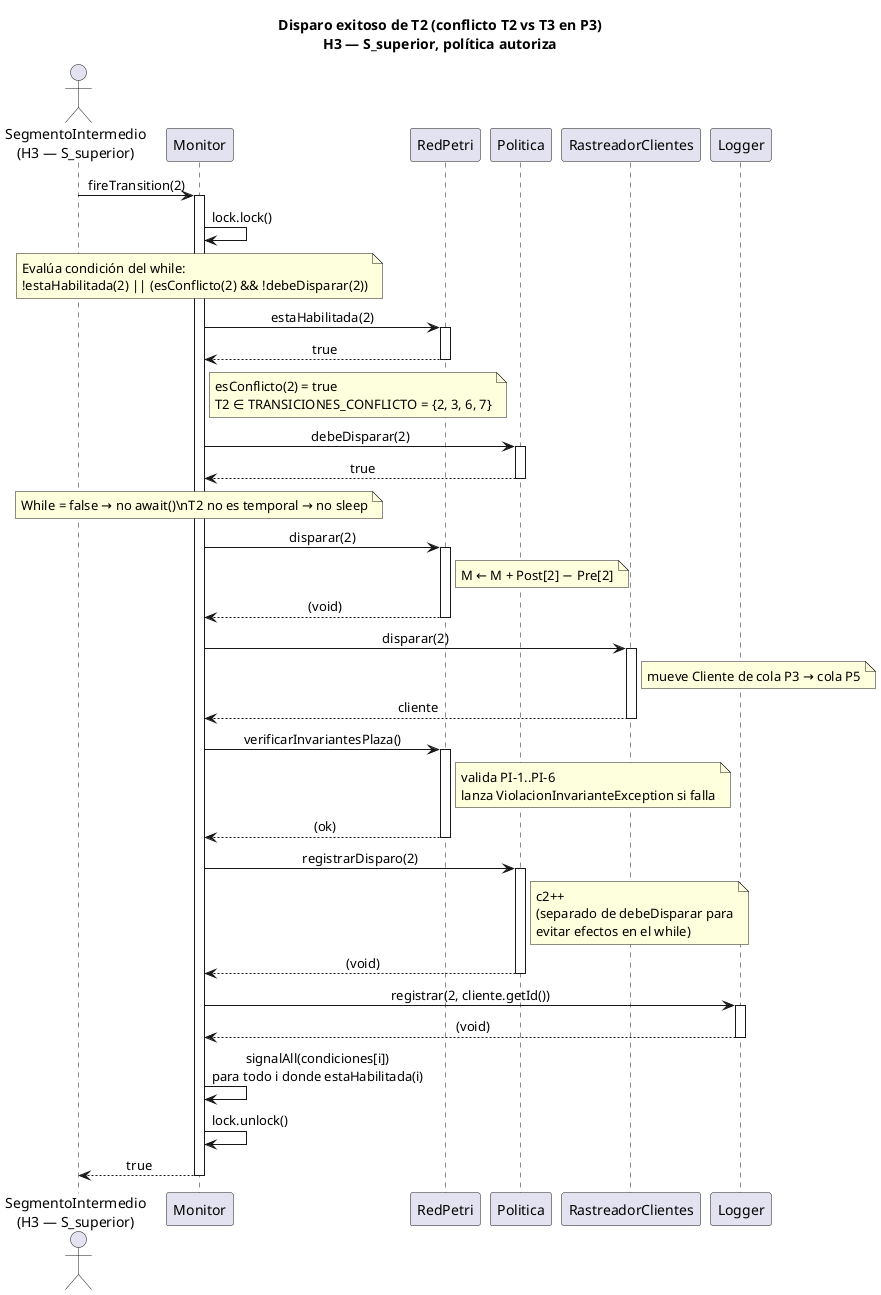
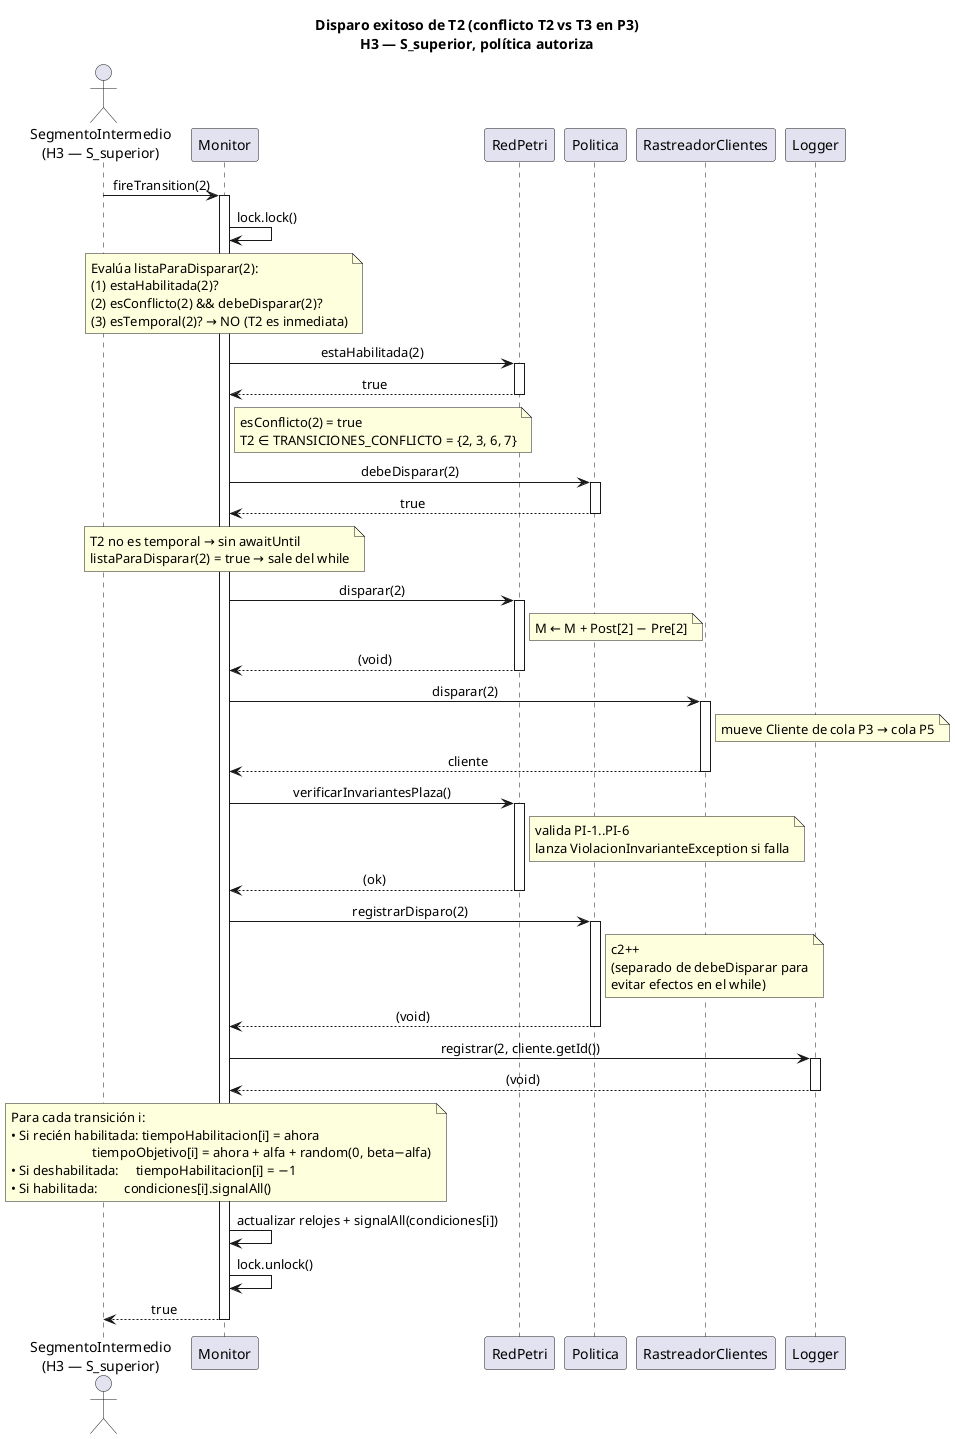
@startuml diagrama-secuencia

skinparam sequenceMessageAlign center
skinparam responseMessageBelowArrow true
skinparam sequenceFontSize 12

title Disparo exitoso de T2 (conflicto T2 vs T3 en P3)\nH3 — S_superior, política autoriza

actor "SegmentoIntermedio\n(H3 — S_superior)" as Thread
participant Monitor
participant RedPetri
participant Politica
participant RastreadorClientes as Rastreador
participant Logger

Thread -> Monitor : fireTransition(2)
activate Monitor

Monitor -> Monitor : lock.lock()

note over Monitor
-   Evalúa condición del while:
-   !estaHabilitada(2) || (esConflicto(2) && !debeDisparar(2))
+   Evalúa listaParaDisparar(2):
+   (1) estaHabilitada(2)?
+   (2) esConflicto(2) && debeDisparar(2)?
+   (3) esTemporal(2)? → NO (T2 es inmediata)
end note

Monitor -> RedPetri : estaHabilitada(2)
activate RedPetri
RedPetri --> Monitor : true
deactivate RedPetri

note right of Monitor
  esConflicto(2) = true
  T2 ∈ TRANSICIONES_CONFLICTO = {2, 3, 6, 7}
end note

Monitor -> Politica : debeDisparar(2)
activate Politica
Politica --> Monitor : true
deactivate Politica

note over Monitor
-   While = false → no await()\nT2 no es temporal → no sleep
+   T2 no es temporal → sin awaitUntil
+   listaParaDisparar(2) = true → sale del while
end note

Monitor -> RedPetri : disparar(2)
activate RedPetri
note right of RedPetri : M ← M + Post[2] − Pre[2]
RedPetri --> Monitor : (void)
deactivate RedPetri

Monitor -> Rastreador : disparar(2)
activate Rastreador
note right of Rastreador : mueve Cliente de cola P3 → cola P5
Rastreador --> Monitor : cliente
deactivate Rastreador

Monitor -> RedPetri : verificarInvariantesPlaza()
activate RedPetri
note right of RedPetri : valida PI-1..PI-6\nlanza ViolacionInvarianteException si falla
RedPetri --> Monitor : (ok)
deactivate RedPetri

Monitor -> Politica : registrarDisparo(2)
activate Politica
note right of Politica : c2++\n(separado de debeDisparar para\nevitar efectos en el while)
Politica --> Monitor : (void)
deactivate Politica

Monitor -> Logger : registrar(2, cliente.getId())
activate Logger
Logger --> Monitor : (void)
deactivate Logger

- Monitor -> Monitor : signalAll(condiciones[i])\npara todo i donde estaHabilitada(i)
+ note over Monitor
+   Para cada transición i:
+   • Si recién habilitada: tiempoHabilitacion[i] = ahora
+                           tiempoObjetivo[i] = ahora + alfa + random(0, beta−alfa)
+   • Si deshabilitada:     tiempoHabilitacion[i] = −1
+   • Si habilitada:        condiciones[i].signalAll()
+ end note
+ 
+ Monitor -> Monitor : actualizar relojes + signalAll(condiciones[i])

Monitor -> Monitor : lock.unlock()

Monitor --> Thread : true
deactivate Monitor

@enduml
